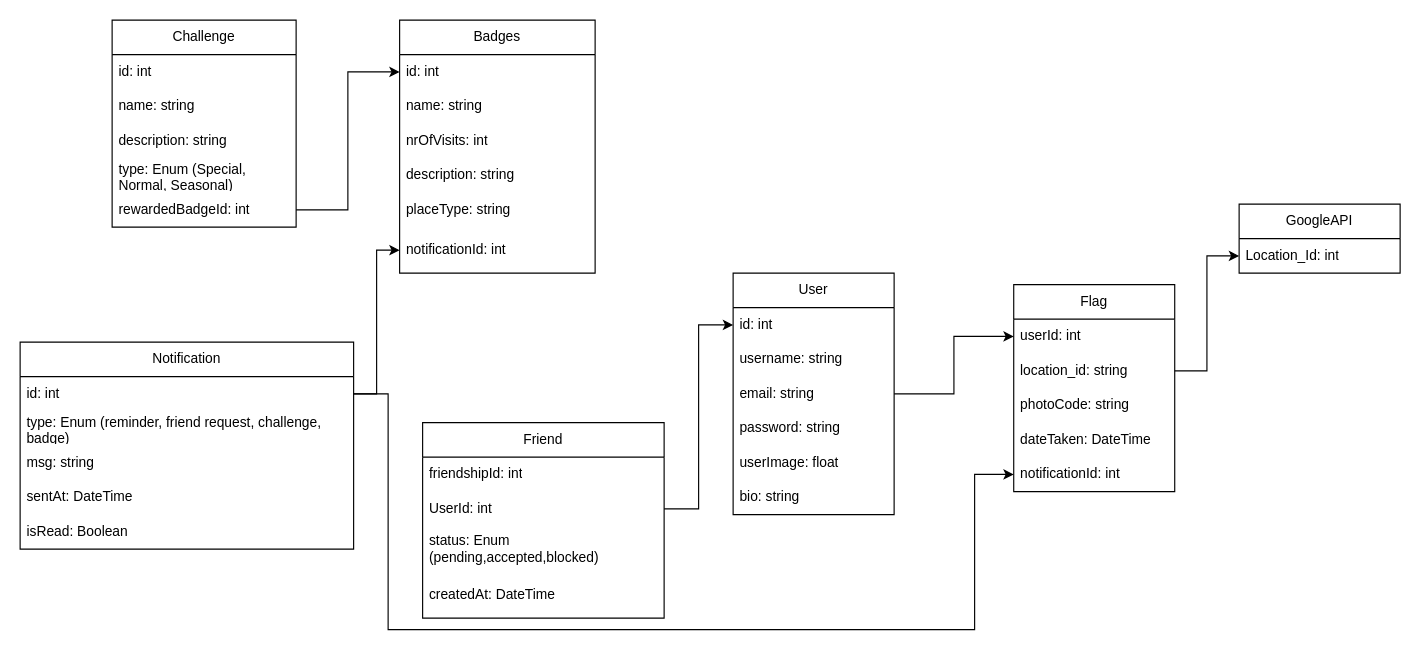
The draw.io diagram documentation/artifacts/Class_Diagram/ClassDiagram.drawio in Leonardo-Notargiacomo/Flagger, before the edit. Source tidied: cells renumbered, new cells numbered last; positions are measured from the earlier drawing's top-left corner, leaving out a move shared by most shapes. Both pictures are drawn from the tidied source at 115%, with x=0, y=0 at pixel (20, 20).
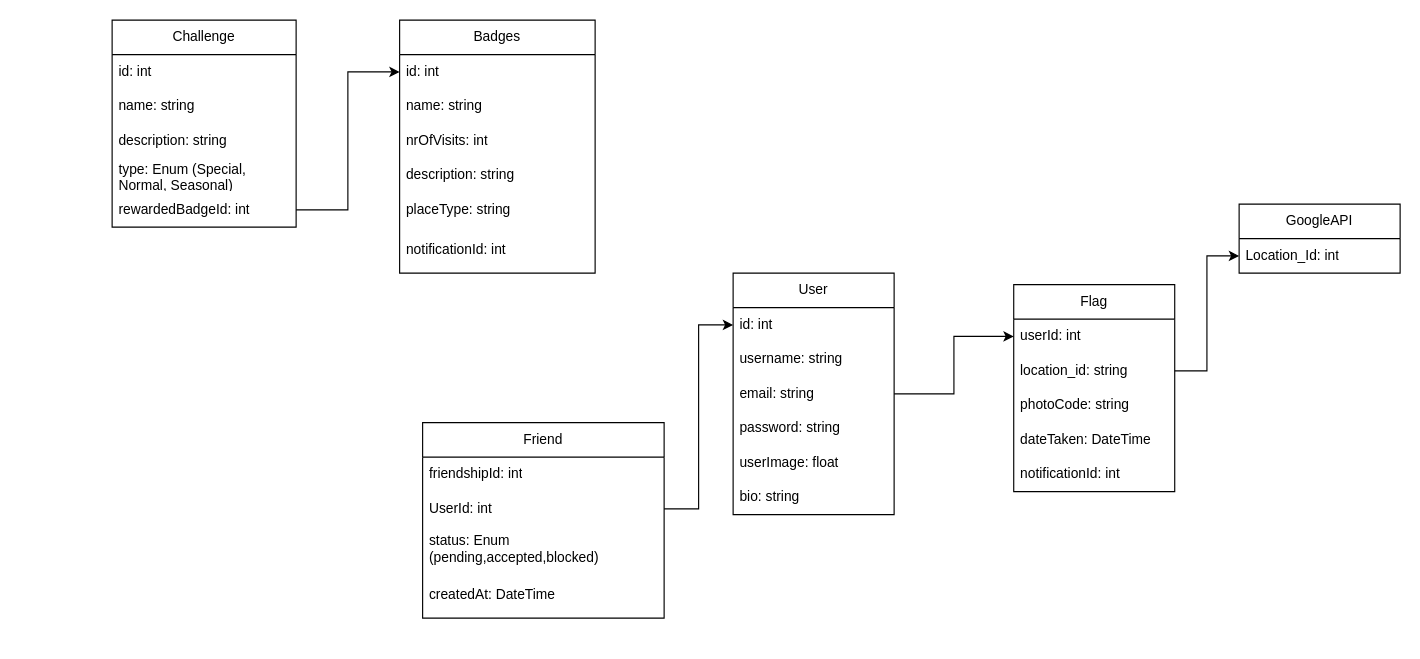
The same page after the edit.

Commit message (it also covers changes not shown here):
added the ability to search flag by user

The change refers to these unchanged cells:
```xml
<mxCell id="7" value="notificationId: int" style="text;strokeColor=none;fillColor=none;align=left;verticalAlign=middle;spacingLeft=4;spacingRight=4;overflow=hidden;points=[[0,0.5],[1,0.5]];portConstraint=eastwest;whiteSpace=wrap;html=1;" parent="2" vertex="1">
  <mxGeometry y="150" width="140" height="30" as="geometry" />
</mxCell>
<mxCell id="25" value="notificationId: int" style="text;strokeColor=none;fillColor=none;align=left;verticalAlign=middle;spacingLeft=4;spacingRight=4;overflow=hidden;points=[[0,0.5],[1,0.5]];portConstraint=eastwest;whiteSpace=wrap;html=1;" parent="19" vertex="1">
  <mxGeometry y="180" width="170" height="40" as="geometry" />
</mxCell>
```

The edit, as a diff of the source:
```diff
@@
-    <mxCell id="38" value="Notification" style="swimlane;fontStyle=0;horizontal=1;startSize=30;whiteSpace=wrap;html=1;" parent="1" vertex="1">
-      <mxGeometry y="280" width="290" height="180" as="geometry" />
-    </mxCell>
-    <mxCell id="39" value="id: int" style="text;strokeColor=none;fillColor=none;align=left;verticalAlign=middle;spacingLeft=4;spacingRight=4;overflow=hidden;points=[[0,0.5],[1,0.5]];portConstraint=eastwest;whiteSpace=wrap;html=1;" parent="38" vertex="1">
-      <mxGeometry y="30" width="290" height="30" as="geometry" />
-    </mxCell>
-    <mxCell id="40" value="type: Enum (reminder, friend request, challenge, badge)" style="text;strokeColor=none;fillColor=none;align=left;verticalAlign=middle;spacingLeft=4;spacingRight=4;overflow=hidden;whiteSpace=wrap;html=1;" parent="38" vertex="1">
-      <mxGeometry y="60" width="290" height="30" as="geometry" />
-    </mxCell>
-    <mxCell id="41" value="msg: string" style="text;strokeColor=none;fillColor=none;align=left;verticalAlign=middle;spacingLeft=4;spacingRight=4;overflow=hidden;whiteSpace=wrap;html=1;" parent="38" vertex="1">
-      <mxGeometry y="90" width="290" height="30" as="geometry" />
-    </mxCell>
-    <mxCell id="42" value="sentAt: DateTime" style="text;strokeColor=none;fillColor=none;align=left;verticalAlign=middle;spacingLeft=4;spacingRight=4;overflow=hidden;whiteSpace=wrap;html=1;" parent="38" vertex="1">
-      <mxGeometry y="120" width="290" height="30" as="geometry" />
-    </mxCell>
-    <mxCell id="43" value="isRead: Boolean" style="text;strokeColor=none;fillColor=none;align=left;verticalAlign=middle;spacingLeft=4;spacingRight=4;overflow=hidden;whiteSpace=wrap;html=1;" parent="38" vertex="1">
-      <mxGeometry y="150" width="290" height="30" as="geometry" />
-    </mxCell>
@@
-    <mxCell id="45" style="edgeStyle=orthogonalEdgeStyle;rounded=0;jettySize=auto;html=1;" parent="1" edge="1" source="39" target="25">
-      <mxGeometry relative="1" as="geometry" />
-    </mxCell>
-    <mxCell id="46" style="edgeStyle=orthogonalEdgeStyle;rounded=0;jettySize=auto;html=1;entryX=0;entryY=0.5;entryDx=0;entryDy=0;" parent="1" edge="1" source="39" target="7">
-      <mxGeometry relative="1" as="geometry">
-        <Array as="points">
-          <mxPoint x="320" y="325" />
-          <mxPoint x="320" y="530" />
-          <mxPoint x="830" y="530" />
-          <mxPoint x="830" y="395" />
-        </Array>
-      </mxGeometry>
-    </mxCell>
```
